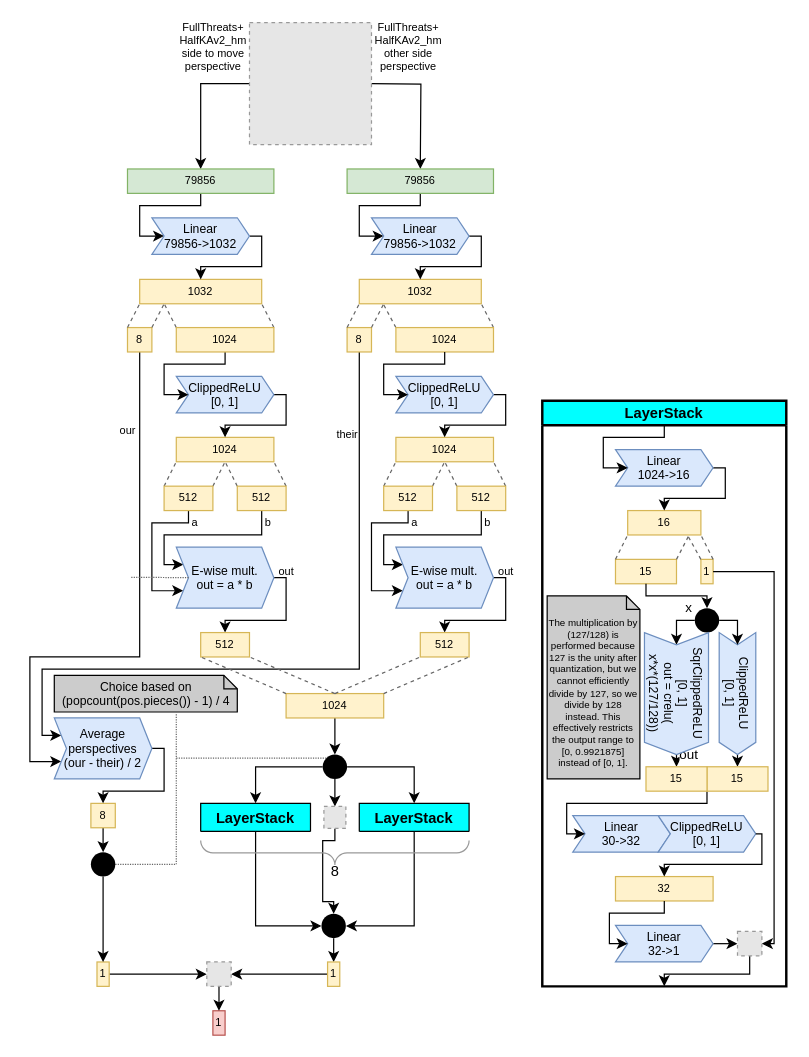
The draw.io diagram docs/img/SFNNv10_architecture.drawio in official-stockfish/nnue-pytorch, before the edit. Source tidied: cells renumbered, new cells numbered last; positions are measured from the earlier drawing's top-left corner, leaving out a move shared by most shapes. Both pictures are drawn from the tidied source at 122%, with x=0, y=0 at pixel (29, 22). Pictures stored in the file or linked from it are replaced by grey dashed boxes.
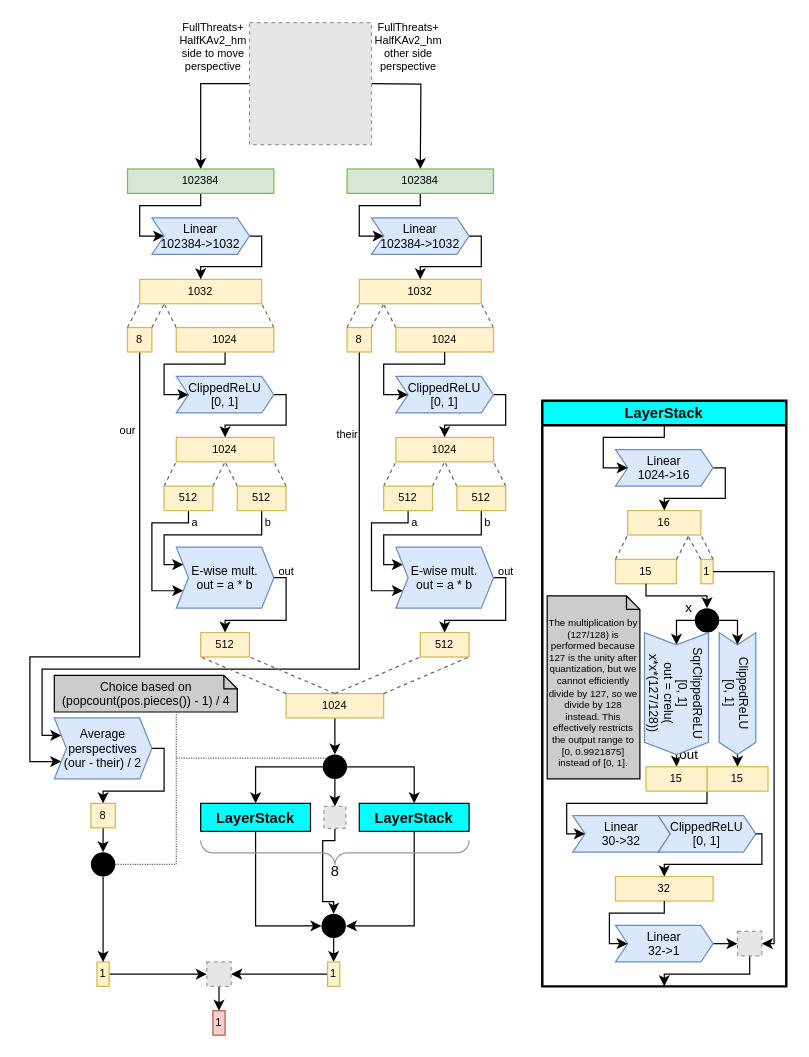
Above is the later version.

The change refers to these unchanged cells:
```xml
<mxCell id="76" value="&lt;div&gt;E-wise mult.&lt;br&gt;&lt;/div&gt;&lt;div&gt;out = a * b &lt;/div&gt;" style="shape=step;perimeter=stepPerimeter;whiteSpace=wrap;html=1;fixedSize=1;rounded=0;shadow=0;glass=0;sketch=0;fontSize=10;align=center;size=10;fillColor=#dae8fc;strokeColor=#6c8ebf;" parent="1" vertex="1">
  <mxGeometry x="120" y="430" width="80" height="50" as="geometry" />
</mxCell>
```

Change to the diagram source:
```diff
@@
-    <mxCell id="6" value="79856" style="rounded=0;whiteSpace=wrap;html=1;shadow=0;glass=0;sketch=0;fontSize=9;align=center;fillColor=#d5e8d4;strokeColor=#82b366;" parent="1" vertex="1">
+    <mxCell id="6" value="102384" style="rounded=0;whiteSpace=wrap;html=1;shadow=0;glass=0;sketch=0;fontSize=9;align=center;fillColor=#d5e8d4;strokeColor=#82b366;" parent="1" vertex="1">
       <mxGeometry x="80" y="120" width="120" height="20" as="geometry" />
     </mxCell>
@@
-    <mxCell id="8" value="79856" style="rounded=0;whiteSpace=wrap;html=1;shadow=0;glass=0;sketch=0;fontSize=9;align=center;fillColor=#d5e8d4;strokeColor=#82b366;" parent="1" vertex="1">
+    <mxCell id="8" value="102384" style="rounded=0;whiteSpace=wrap;html=1;shadow=0;glass=0;sketch=0;fontSize=9;align=center;fillColor=#d5e8d4;strokeColor=#82b366;" parent="1" vertex="1">
       <mxGeometry x="260" y="120" width="120" height="20" as="geometry" />
     </mxCell>
@@
-    <mxCell id="16" value="&lt;div style=&quot;font-size: 10px&quot;&gt;Linear&lt;/div&gt;&lt;div style=&quot;font-size: 10px&quot;&gt;79856-&amp;gt;1032&lt;/div&gt;" style="shape=step;perimeter=stepPerimeter;whiteSpace=wrap;html=1;fixedSize=1;rounded=0;shadow=0;glass=0;sketch=0;fontSize=10;align=center;size=10;fillColor=#dae8fc;strokeColor=#6c8ebf;" parent="1" vertex="1">
+    <mxCell id="16" value="&lt;div style=&quot;font-size: 10px&quot;&gt;Linear&lt;/div&gt;&lt;div style=&quot;font-size: 10px&quot;&gt;102384-&amp;gt;1032&lt;/div&gt;" style="shape=step;perimeter=stepPerimeter;whiteSpace=wrap;html=1;fixedSize=1;rounded=0;shadow=0;glass=0;sketch=0;fontSize=10;align=center;size=10;fillColor=#dae8fc;strokeColor=#6c8ebf;" parent="1" vertex="1">
       <mxGeometry x="100" y="160" width="80" height="30" as="geometry" />
     </mxCell>
-    <mxCell id="17" value="&lt;div style=&quot;font-size: 10px&quot;&gt;Linear&lt;/div&gt;&lt;div style=&quot;font-size: 10px&quot;&gt;79856-&amp;gt;1032&lt;/div&gt;" style="shape=step;perimeter=stepPerimeter;whiteSpace=wrap;html=1;fixedSize=1;rounded=0;shadow=0;glass=0;sketch=0;fontSize=10;align=center;size=10;fillColor=#dae8fc;strokeColor=#6c8ebf;" parent="1" vertex="1">
+    <mxCell id="17" value="&lt;div style=&quot;font-size: 10px&quot;&gt;Linear&lt;/div&gt;&lt;div style=&quot;font-size: 10px&quot;&gt;102384-&amp;gt;1032&lt;/div&gt;" style="shape=step;perimeter=stepPerimeter;whiteSpace=wrap;html=1;fixedSize=1;rounded=0;shadow=0;glass=0;sketch=0;fontSize=10;align=center;size=10;fillColor=#dae8fc;strokeColor=#6c8ebf;" parent="1" vertex="1">
       <mxGeometry x="280" y="160" width="80" height="30" as="geometry" />
     </mxCell>
@@
-    <mxCell id="131" style="edgeStyle=elbowEdgeStyle;rounded=0;sketch=0;jumpStyle=none;jumpSize=5;jettySize=auto;html=1;entryX=0;entryY=0.5;entryDx=0;entryDy=0;shadow=0;labelBackgroundColor=none;fontFamily=Helvetica;fontSize=8;strokeColor=#666666;strokeWidth=1;fillColor=#f5f5f5;dashed=1;dashPattern=1 1;endArrow=none;endFill=0;exitX=0.997;exitY=0.7;exitDx=0;exitDy=0;exitPerimeter=0;" parent="1" edge="1" target="76">
-      <mxGeometry relative="1" as="geometry">
-        <mxPoint x="83.1" y="454.8" as="sourcePoint" />
-        <Array as="points">
-          <mxPoint x="100" y="455" />
-          <mxPoint x="100" y="510" />
-          <mxPoint x="130" y="620" />
-        </Array>
-      </mxGeometry>
-    </mxCell>
```
